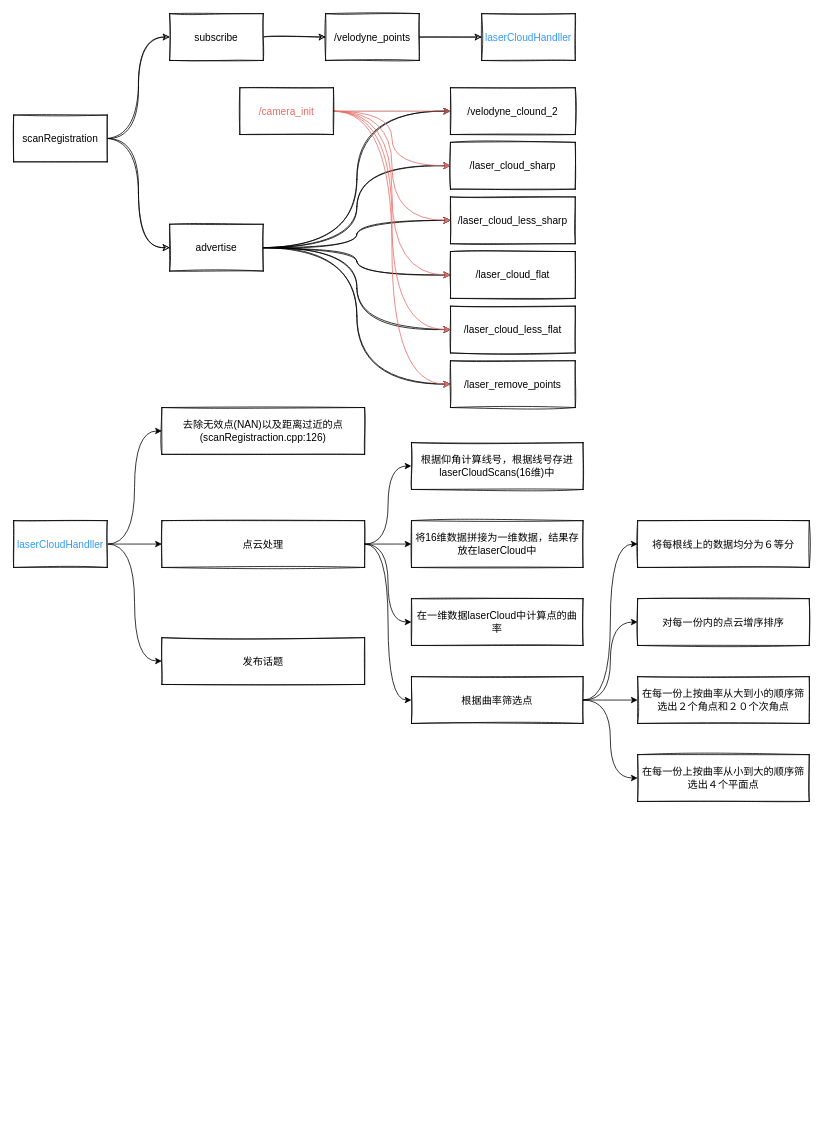
Above: loam.drawio in yzqttt/diagrams (draw.io), before the change. Source tidied: cells renumbered, new cells numbered last; positions are measured from the earlier drawing's top-left corner, leaving out a move shared by most shapes. Both pictures are drawn from the tidied source at 78%, with x=0, y=0 at pixel (13, 13).
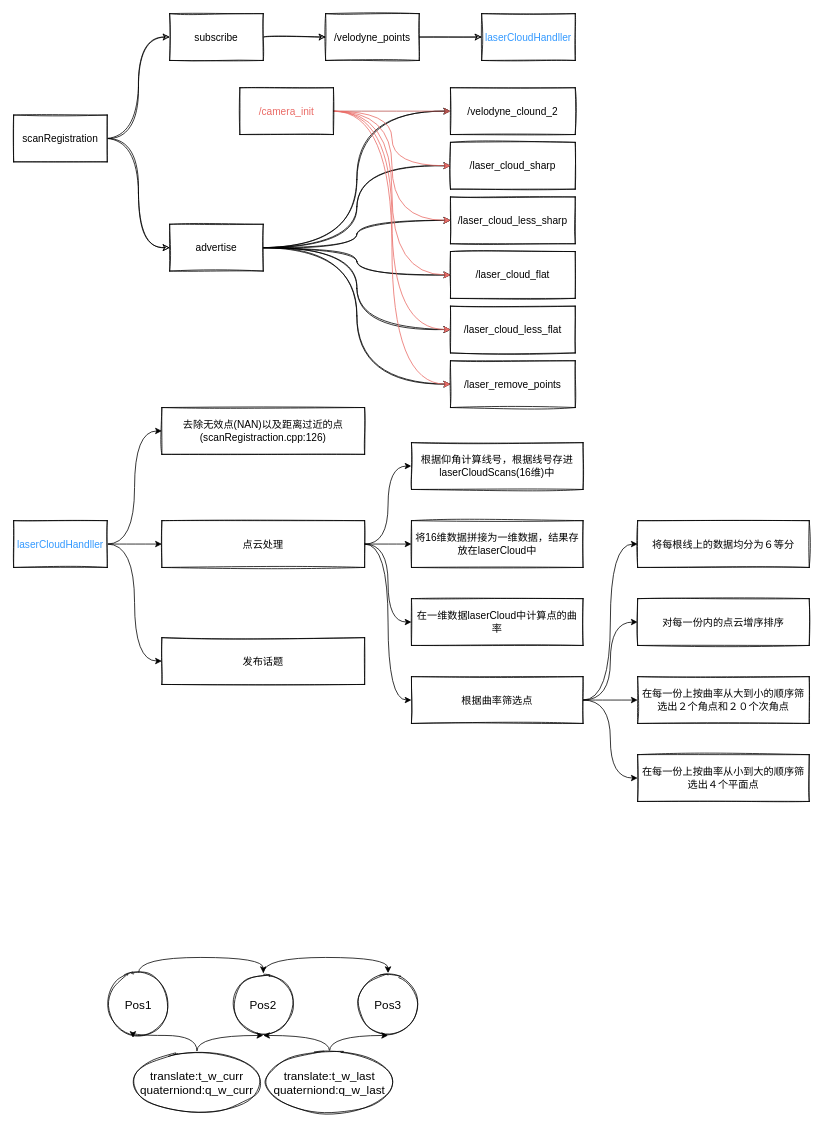
The same page after the edit.

What changed in the source:
```diff
@@
+    <mxCell id="53" style="edgeStyle=orthogonalEdgeStyle;curved=1;jettySize=auto;html=1;exitX=0.5;exitY=0;exitDx=0;exitDy=0;entryX=0.5;entryY=0;entryDx=0;entryDy=0;fontSize=15;" parent="1" edge="1" source="54" target="56">
+      <mxGeometry relative="1" as="geometry" />
+    </mxCell>
+    <mxCell id="54" value="Pos1" style="ellipse;whiteSpace=wrap;html=1;sketch=1;fontSize=15;" parent="1" vertex="1">
+      <mxGeometry x="120" y="1230" width="80" height="80" as="geometry" />
+    </mxCell>
+    <mxCell id="55" style="edgeStyle=orthogonalEdgeStyle;curved=1;jettySize=auto;html=1;exitX=0.5;exitY=0;exitDx=0;exitDy=0;entryX=0.5;entryY=0;entryDx=0;entryDy=0;fontSize=15;" parent="1" edge="1" source="56" target="57">
+      <mxGeometry relative="1" as="geometry" />
+    </mxCell>
+    <mxCell id="56" value="Pos2" style="ellipse;whiteSpace=wrap;html=1;sketch=1;fontSize=15;" parent="1" vertex="1">
+      <mxGeometry x="280" y="1230" width="80" height="80" as="geometry" />
+    </mxCell>
+    <mxCell id="57" value="Pos3" style="ellipse;whiteSpace=wrap;html=1;sketch=1;fontSize=15;" parent="1" vertex="1">
+      <mxGeometry x="440" y="1230" width="80" height="80" as="geometry" />
+    </mxCell>
+    <mxCell id="58" style="edgeStyle=orthogonalEdgeStyle;curved=1;jettySize=auto;html=1;entryX=0.413;entryY=1.038;entryDx=0;entryDy=0;entryPerimeter=0;fontSize=15;" parent="1" edge="1" source="60" target="54">
+      <mxGeometry relative="1" as="geometry" />
+    </mxCell>
+    <mxCell id="59" style="edgeStyle=orthogonalEdgeStyle;curved=1;jettySize=auto;html=1;fontSize=15;" parent="1" edge="1" source="60" target="56">
+      <mxGeometry relative="1" as="geometry" />
+    </mxCell>
+    <mxCell id="60" value="&lt;div style=&quot;font-size: 15px&quot;&gt;&lt;font style=&quot;font-size: 15px&quot;&gt;translate:t_w_curr&lt;/font&gt;&lt;/div&gt;&lt;div style=&quot;font-size: 15px&quot;&gt;&lt;font style=&quot;font-size: 15px&quot;&gt;quaterniond:q_w_curr&lt;br&gt;&lt;/font&gt;&lt;/div&gt;" style="ellipse;whiteSpace=wrap;html=1;sketch=1;" parent="1" vertex="1">
+      <mxGeometry x="150" y="1330" width="170" height="80" as="geometry" />
+    </mxCell>
+    <mxCell id="61" style="edgeStyle=orthogonalEdgeStyle;curved=1;jettySize=auto;html=1;entryX=0.5;entryY=1;entryDx=0;entryDy=0;fontSize=15;" parent="1" edge="1" source="63" target="56">
+      <mxGeometry relative="1" as="geometry" />
+    </mxCell>
+    <mxCell id="62" style="edgeStyle=orthogonalEdgeStyle;curved=1;jettySize=auto;html=1;entryX=0.5;entryY=1;entryDx=0;entryDy=0;fontSize=15;" parent="1" edge="1" source="63" target="57">
+      <mxGeometry relative="1" as="geometry" />
+    </mxCell>
+    <mxCell id="63" value="&lt;div style=&quot;font-size: 15px&quot;&gt;&lt;font style=&quot;font-size: 15px&quot;&gt;translate:t_w_last&lt;/font&gt;&lt;/div&gt;&lt;div style=&quot;font-size: 15px&quot;&gt;&lt;font style=&quot;font-size: 15px&quot;&gt;quaterniond:q_w_last&lt;br&gt;&lt;/font&gt;&lt;/div&gt;" style="ellipse;whiteSpace=wrap;html=1;sketch=1;" parent="1" vertex="1">
+      <mxGeometry x="320" y="1330" width="170" height="80" as="geometry" />
+    </mxCell>
```
